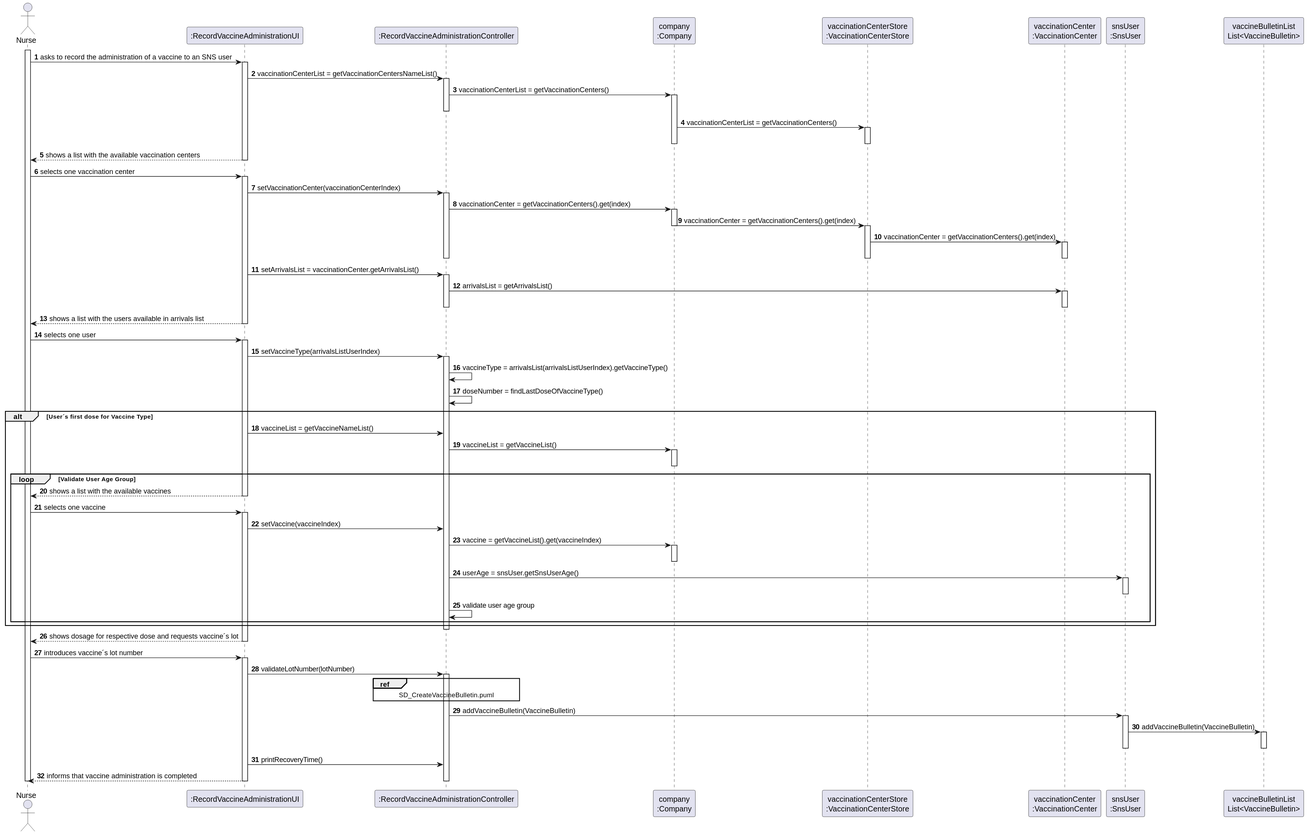
Pirussa/lei-22-s2-1da-g02 keeps this PlantUML diagram as docs/SprintD/US008/US008_SD.svg. Above is the earlier version.
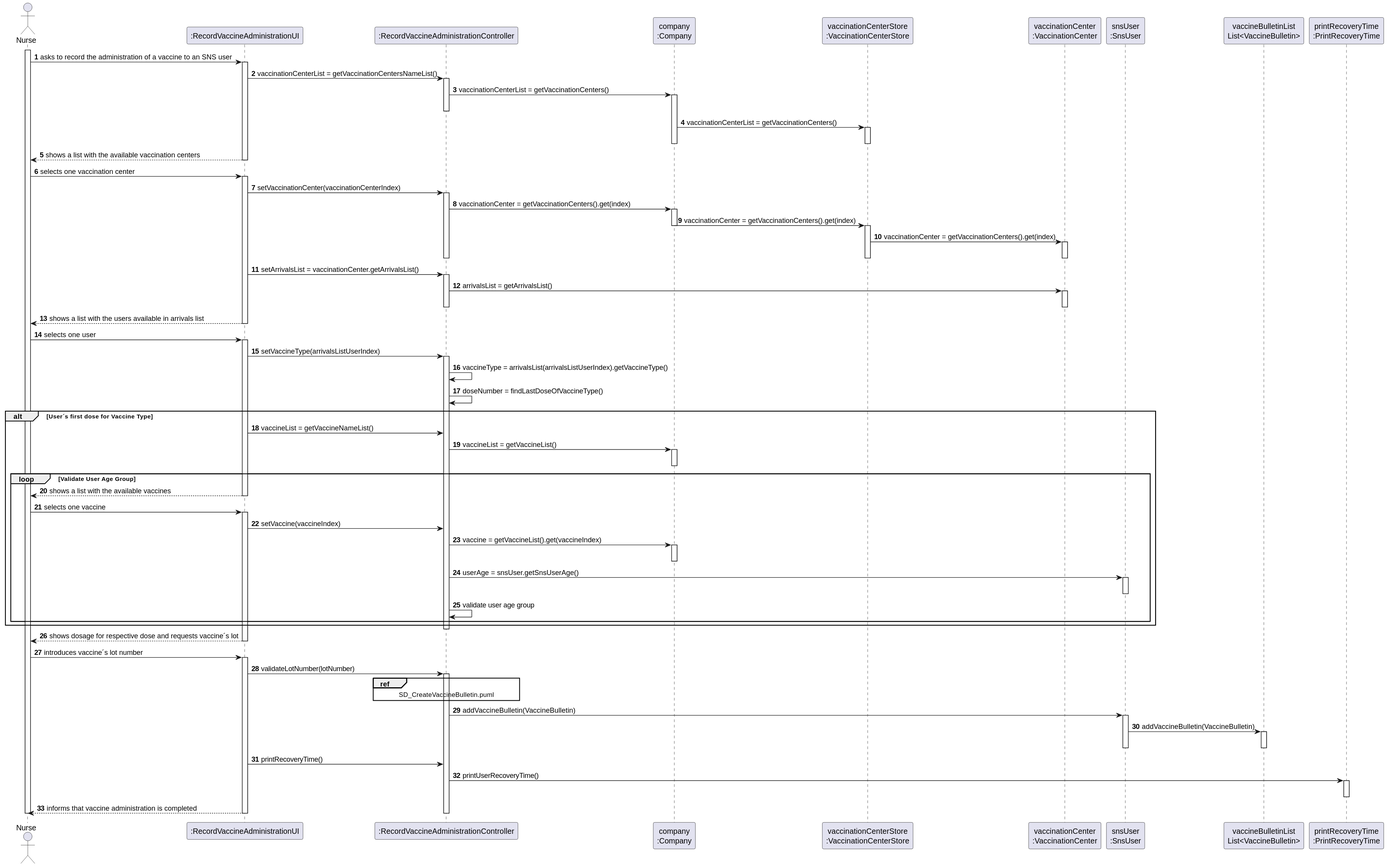
Later version of the same file.

Commit message:
US008 - |Design| - Sequence Diagram finished, Class Diagram finished and some changes on timer function.

Diff of the diagram source:
```diff
@@ -11,6 +11,7 @@
 participant "vaccinationCenter\n:VaccinationCenter" as VC
 participant "snsUser\n:SnsUser" as SU
 participant "vaccineBulletinList\nList<VaccineBulletin>" as L
+participant "printRecoveryTime\n:PrintRecoveryTime" as PR
 
 activate N
 N -> UI : asks to record the administration of a vaccine to an SNS user
@@ -101,6 +102,10 @@
 deactivate SU
 UI -> CTRL : printRecoveryTime()
 
+CTRL -> PR : printUserRecoveryTime()
+activate PR
+deactivate PR
+
 UI --> N : informs that vaccine administration is completed
 
 
```
